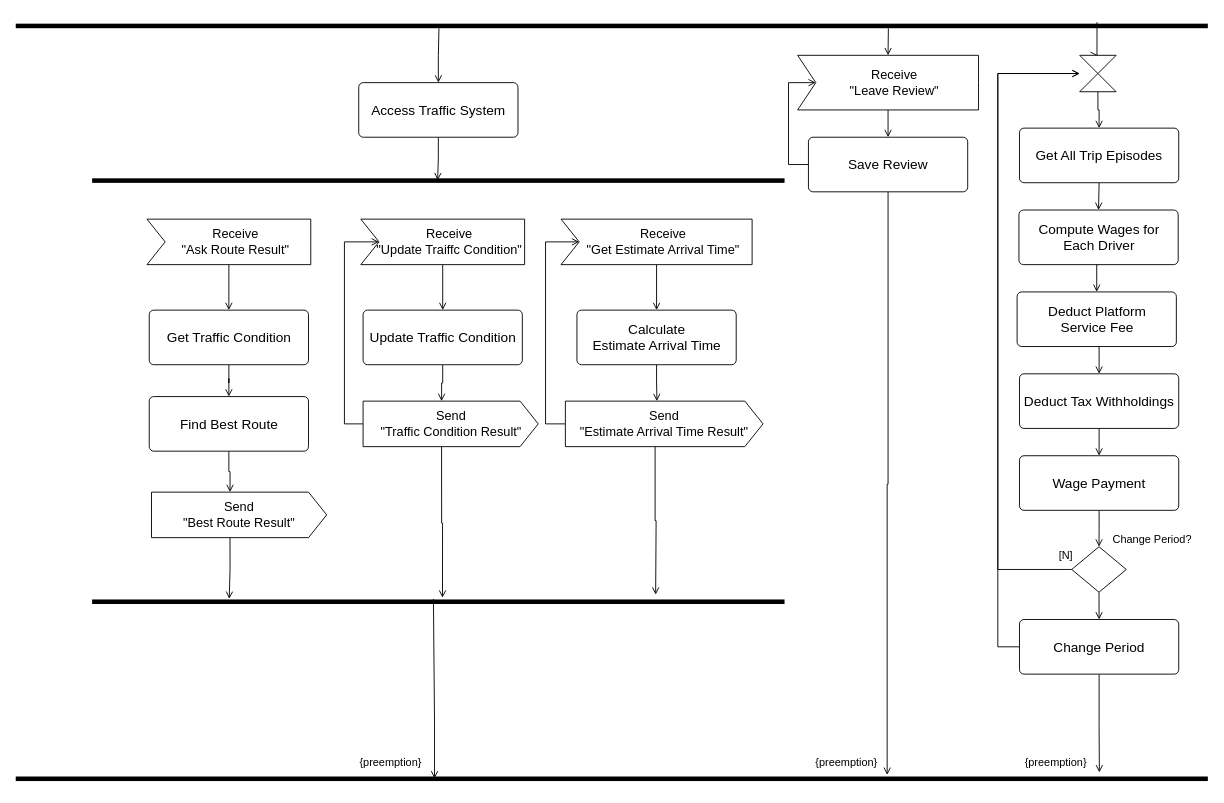
mypark3424/AbstractFactoryChallenge keeps this draw.io diagram as page "Page-7" (10 of 15) of diagram.drawio. Above is the earlier version. Source tidied: cells renumbered, new cells numbered last; positions are measured from the earlier drawing's top-left corner, leaving out a move shared by most shapes. Both pictures are drawn from the tidied source at 91%, with x=0, y=0 at pixel (147, -571).
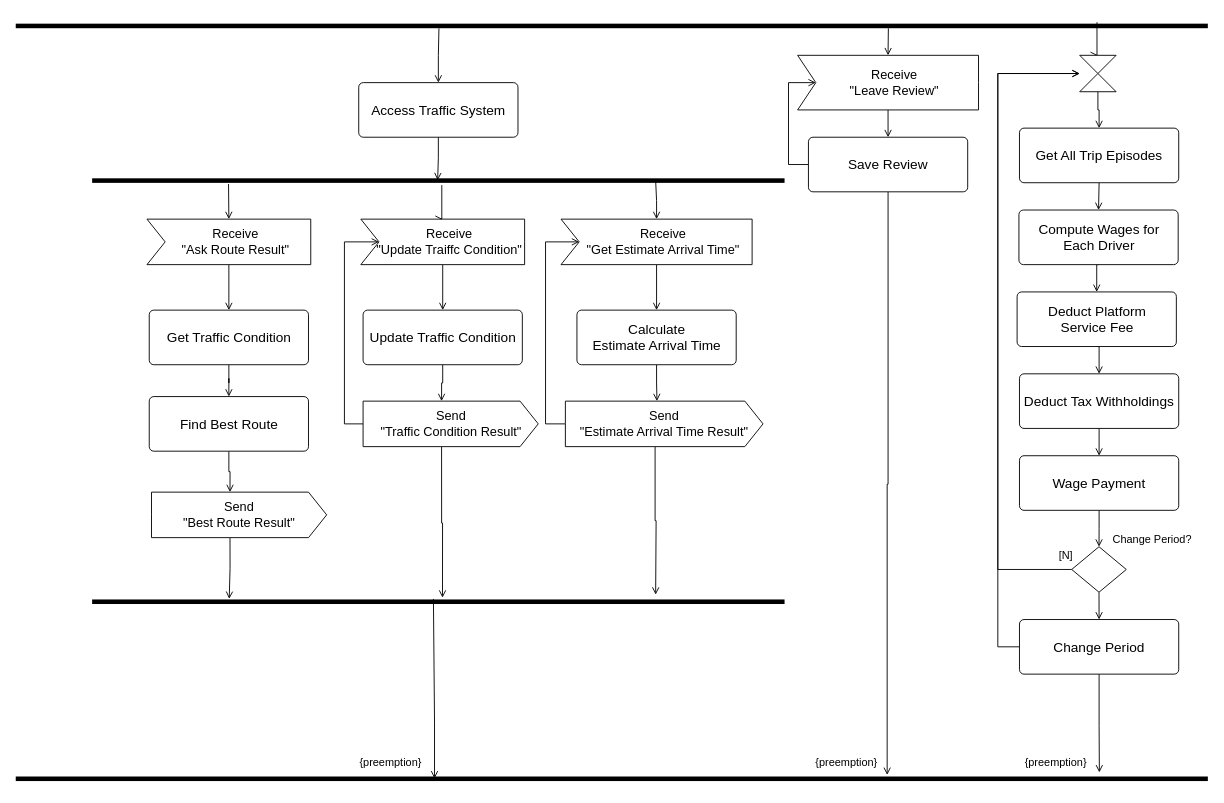
After the change.

Unchanged cells that the change refers to:
```xml
<mxCell id="8" style="html=1;points=[];perimeter=orthogonalPerimeter;fillColor=#000000;strokeColor=none;fontFamily=Helvetica;fontSize=15;fontColor=default;rotation=-90;" parent="1" vertex="1">
  <mxGeometry x="317.7" y="444.5" width="5" height="760.9" as="geometry" />
</mxCell>
<mxCell id="10" value="Receive&lt;br&gt;&quot;Ask Route Result&quot;" style="html=1;shape=mxgraph.infographic.ribbonSimple;notch1=20;notch2=0;align=center;verticalAlign=middle;fontSize=14;fontStyle=0;fillColor=#FFFFFF;flipH=0;spacingRight=0;spacingLeft=14;fontFamily=Helvetica;fontColor=default;" parent="1" vertex="1">
  <mxGeometry y="867.3" width="180" height="50" as="geometry" />
</mxCell>
<mxCell id="20" value="Receive&lt;br&gt;&lt;span style=&quot;&quot;&gt;&quot;Update Traiffc Condition&quot;&lt;/span&gt;" style="html=1;shape=mxgraph.infographic.ribbonSimple;notch1=20;notch2=0;align=center;verticalAlign=middle;fontSize=14;fontStyle=0;fillColor=#FFFFFF;flipH=0;spacingRight=0;spacingLeft=14;fontFamily=Helvetica;fontColor=default;" parent="1" vertex="1">
  <mxGeometry x="235" y="867.3" width="180" height="50" as="geometry" />
</mxCell>
<mxCell id="27" value="Receive&lt;br&gt;&lt;span style=&quot;&quot;&gt;&quot;Get Estimate Arrival Time&quot;&lt;/span&gt;" style="html=1;shape=mxgraph.infographic.ribbonSimple;notch1=20;notch2=0;align=center;verticalAlign=middle;fontSize=14;fontStyle=0;fillColor=#FFFFFF;flipH=0;spacingRight=0;spacingLeft=14;fontFamily=Helvetica;fontColor=default;" parent="1" vertex="1">
  <mxGeometry x="455" y="867.3" width="210" height="50" as="geometry" />
</mxCell>
```

Change to the diagram source:
```diff
@@
+    <mxCell id="62" style="edgeStyle=orthogonalEdgeStyle;rounded=0;jettySize=auto;html=1;exitX=0;exitY=0;exitDx=90;exitDy=0;exitPerimeter=0;entryX=-0.249;entryY=0.197;entryDx=0;entryDy=0;entryPerimeter=0;endArrow=none;endFill=0;strokeColor=#000000;strokeWidth=1;startArrow=open;startFill=0;" parent="1" edge="1" source="10" target="8">
+      <mxGeometry relative="1" as="geometry" />
+    </mxCell>
@@
+    <mxCell id="63" style="edgeStyle=orthogonalEdgeStyle;rounded=0;jettySize=auto;html=1;exitX=0;exitY=0;exitDx=90;exitDy=0;exitPerimeter=0;entryX=-0.504;entryY=0.505;entryDx=0;entryDy=0;entryPerimeter=0;endArrow=none;endFill=0;strokeColor=#000000;strokeWidth=1;startArrow=open;startFill=0;" parent="1" edge="1" source="20" target="8">
+      <mxGeometry relative="1" as="geometry" />
+    </mxCell>
@@
+    <mxCell id="64" style="edgeStyle=orthogonalEdgeStyle;rounded=0;jettySize=auto;html=1;exitX=0;exitY=0;exitDx=105;exitDy=0;exitPerimeter=0;endArrow=none;endFill=0;strokeColor=#000000;strokeWidth=1;startArrow=open;startFill=0;" parent="1" edge="1" source="27">
+      <mxGeometry relative="1" as="geometry">
+        <mxPoint x="559" y="825" as="targetPoint" />
+      </mxGeometry>
+    </mxCell>
```
